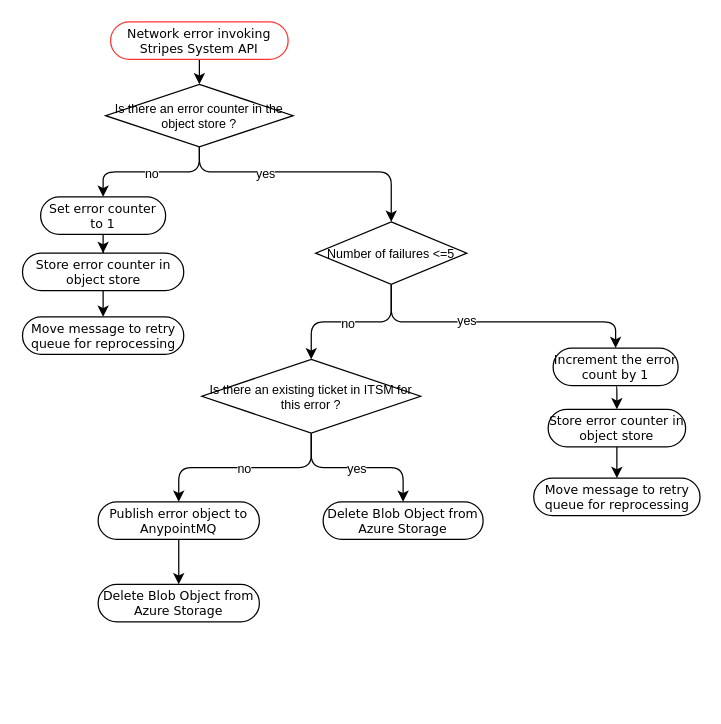
Above: page "Error case 6" (14 of 18) of Copy of eInvoicing API Led.drawio in ahernandez1129/anypoint (draw.io), before the change. Source tidied: cells renumbered, new cells numbered last; positions are measured from the earlier drawing's top-left corner, leaving out a move shared by most shapes. Both pictures are drawn from the tidied source at 125%, with x=0, y=0 at pixel (22, 21).
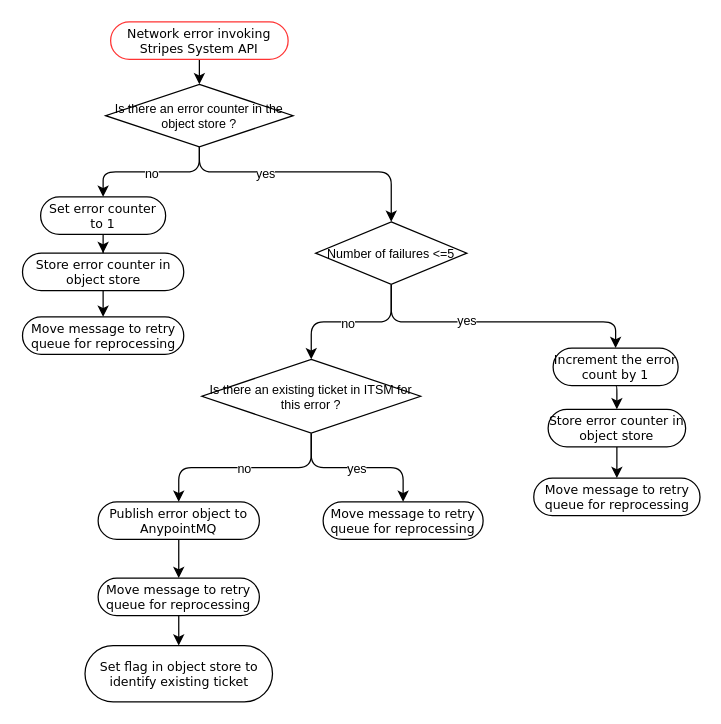
Above is the later version.

Diff of the diagram source:
```diff
@@
-    <mxCell id="22" value="Delete Blob Object from Azure Storage" style="rounded=1;whiteSpace=wrap;html=1;shadow=0;comic=0;labelBackgroundColor=none;strokeColor=#000000;strokeWidth=1;fillColor=#ffffff;fontFamily=Verdana;fontSize=10;fontColor=#000000;align=center;arcSize=50;" parent="1" vertex="1">
+    <mxCell id="22" value="Move message to retry queue for reprocessing" style="rounded=1;whiteSpace=wrap;html=1;shadow=0;comic=0;labelBackgroundColor=none;strokeColor=#000000;strokeWidth=1;fillColor=#ffffff;fontFamily=Verdana;fontSize=10;fontColor=#000000;align=center;arcSize=50;" parent="1" vertex="1">
       <mxGeometry x="240" y="384" width="128" height="30" as="geometry" />
     </mxCell>
@@
+    <mxCell id="31" style="edgeStyle=orthogonalEdgeStyle;rounded=0;jettySize=auto;html=1;exitX=0.5;exitY=1;exitDx=0;exitDy=0;entryX=0.5;entryY=0;entryDx=0;entryDy=0;fontSize=10;" parent="1" edge="1" source="30" target="32">
+      <mxGeometry relative="1" as="geometry" />
+    </mxCell>
-    <mxCell id="30" value="&lt;span style=&quot;font-size: 10px&quot;&gt;Delete Blob Object from Azure Storage&lt;/span&gt;" style="rounded=1;whiteSpace=wrap;html=1;shadow=0;comic=0;labelBackgroundColor=none;strokeColor=#000000;strokeWidth=1;fillColor=#ffffff;fontFamily=Verdana;fontSize=10;fontColor=#000000;align=center;arcSize=50;" parent="1" vertex="1">
-      <mxGeometry x="60" y="450" width="129" height="30" as="geometry" />
+    <mxCell id="30" value="Move message to retry queue for reprocessing" style="rounded=1;whiteSpace=wrap;html=1;shadow=0;comic=0;labelBackgroundColor=none;strokeColor=#000000;strokeWidth=1;fillColor=#ffffff;fontFamily=Verdana;fontSize=10;fontColor=#000000;align=center;arcSize=50;" parent="1" vertex="1">
+      <mxGeometry x="60" y="445" width="129" height="30" as="geometry" />
     </mxCell>
+    <mxCell id="32" value="&lt;span style=&quot;font-size: 10px;&quot;&gt;Set flag in object store to identify existing ticket&lt;/span&gt;" style="rounded=1;whiteSpace=wrap;html=1;shadow=0;comic=0;labelBackgroundColor=none;strokeColor=#000000;strokeWidth=1;fillColor=#ffffff;fontFamily=Verdana;fontSize=10;fontColor=#000000;align=center;arcSize=50;" parent="1" vertex="1">
+      <mxGeometry x="49.5" y="499" width="150" height="45" as="geometry" />
+    </mxCell>
```
